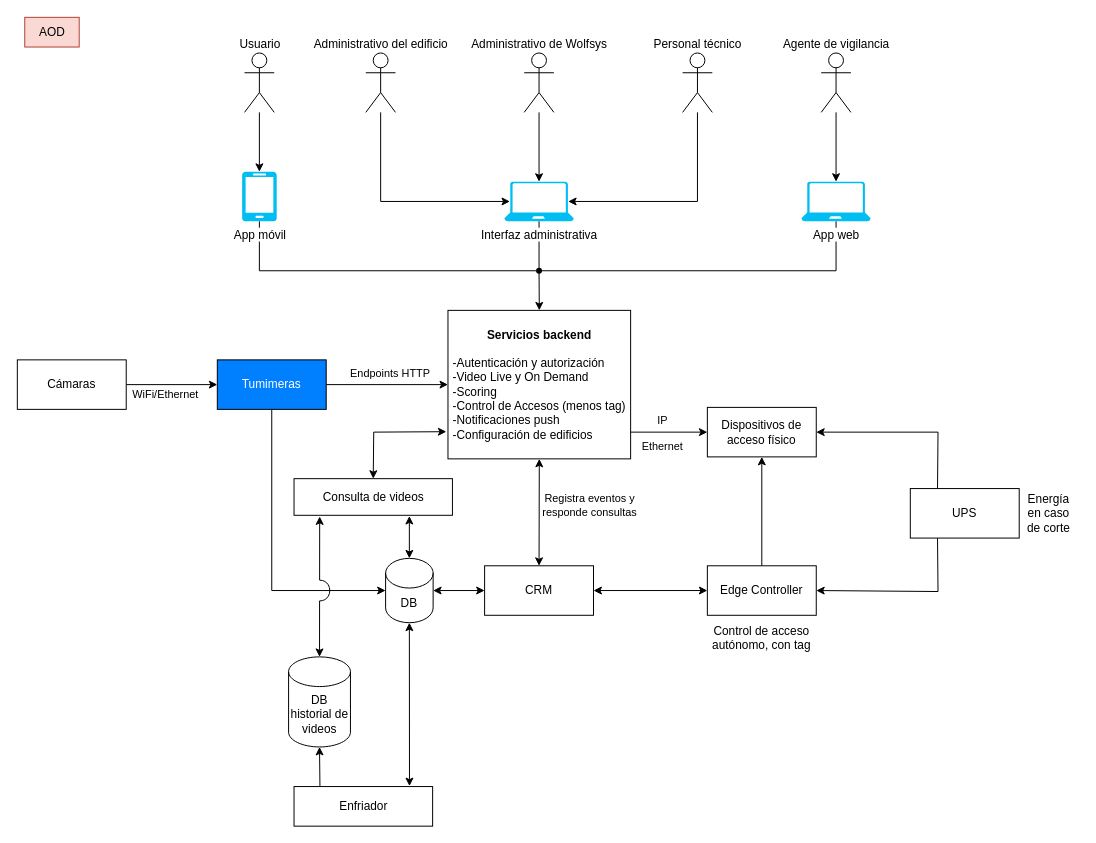
The draw.io diagram Documentación de la arquitectura/Diagramas/Editables-drawio/AOD.drawio in LIMoreno04/Caso-de-estudio---WolfSys---Arquitectura, before the edit. Source tidied: cells renumbered, new cells numbered last; positions are measured from the earlier drawing's top-left corner, leaving out a move shared by most shapes. Both pictures are drawn from the tidied source at 99%, with x=0, y=0 at pixel (17, 17).
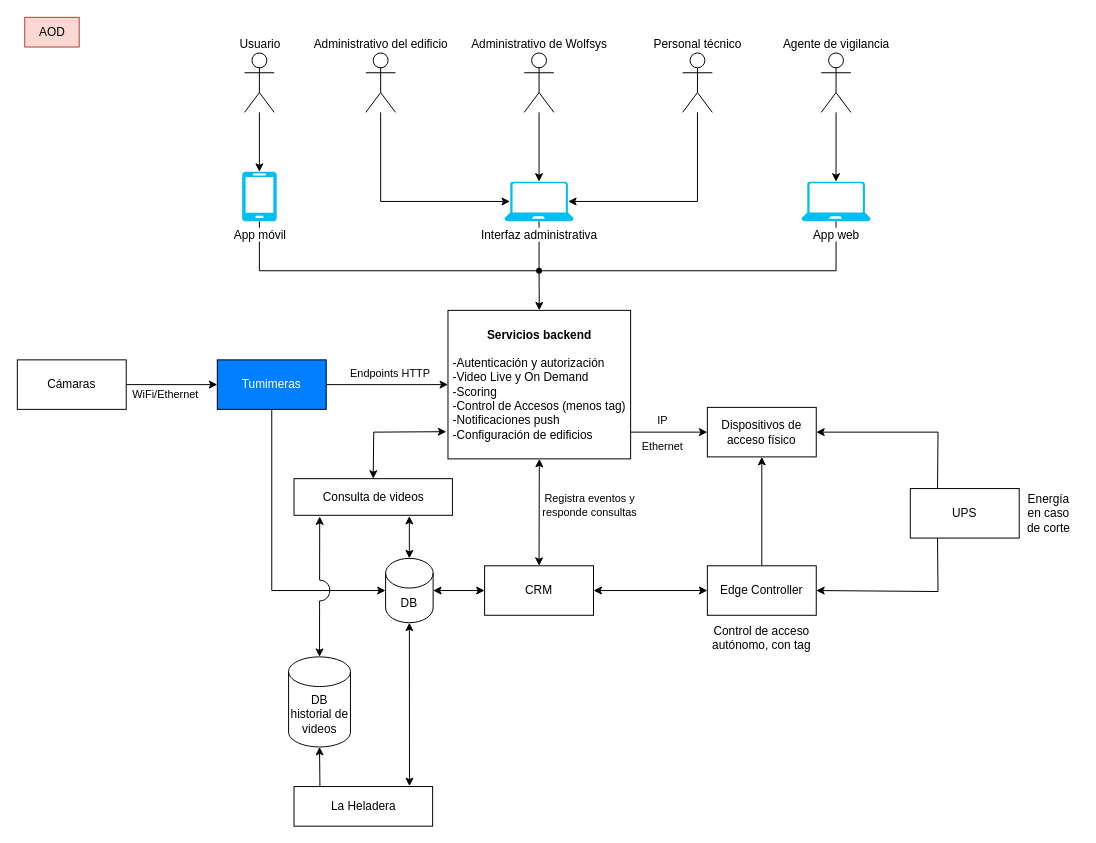
The same page after the edit.

Commit message (it also covers changes not shown here):
Renombrado el sistema de almacenaje en frío

Change to the diagram source:
```diff
@@
-    <mxCell id="43" value="Enfriador" style="html=1;whiteSpace=wrap;" parent="1" vertex="1">
+    <mxCell id="43" value="La Heladera" style="html=1;whiteSpace=wrap;" parent="1" vertex="1">
       <mxGeometry x="279.5" y="777" width="140" height="40" as="geometry" />
     </mxCell>
```
